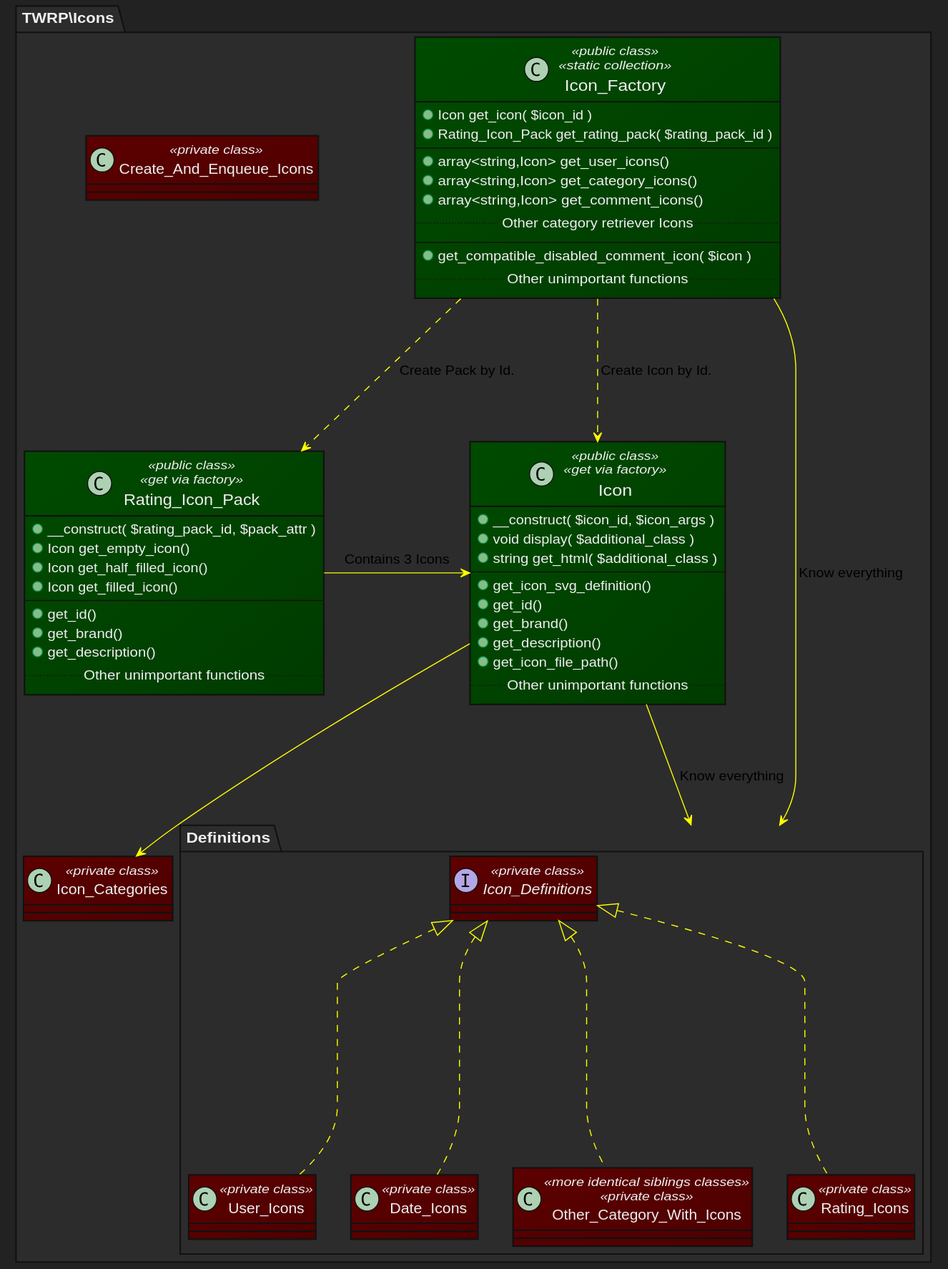
This is puml/Icons.svg from 9brada6/tabs-with-posts, a PlantUML export, as it was before one commit.
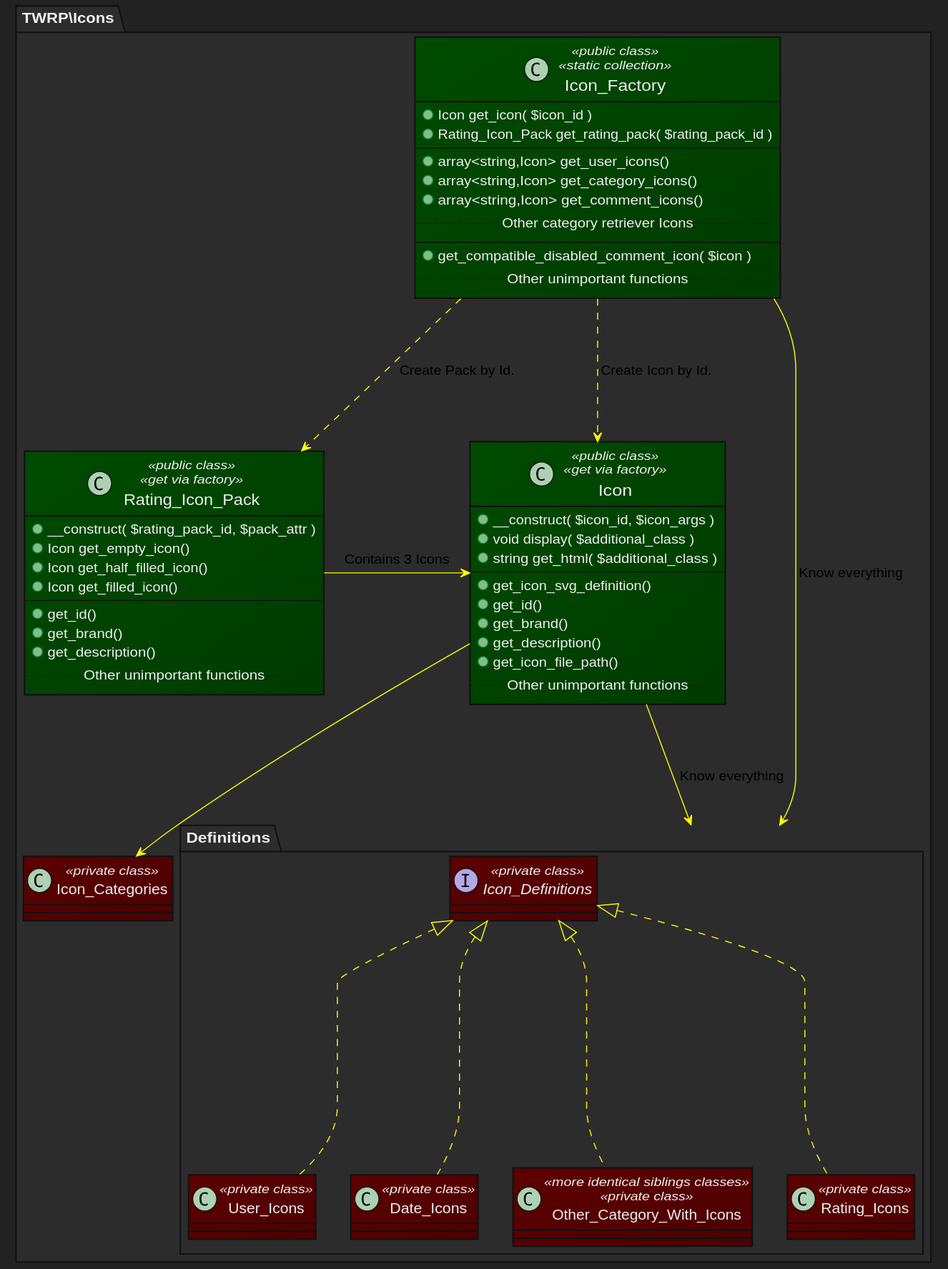
The same diagram one commit later.

Commit message:
Moved Icons CSS to CSS folder.

Diff of the diagram source:
```diff
@@ -82,8 +82,6 @@
 		.. Other unimportant functions ..
 	}
 
-	class Create_And_Enqueue_Icons <<private class>> {}
-
 	class Icon_Categories <<private class>> {}
 
 	package "Definitions" {
```
